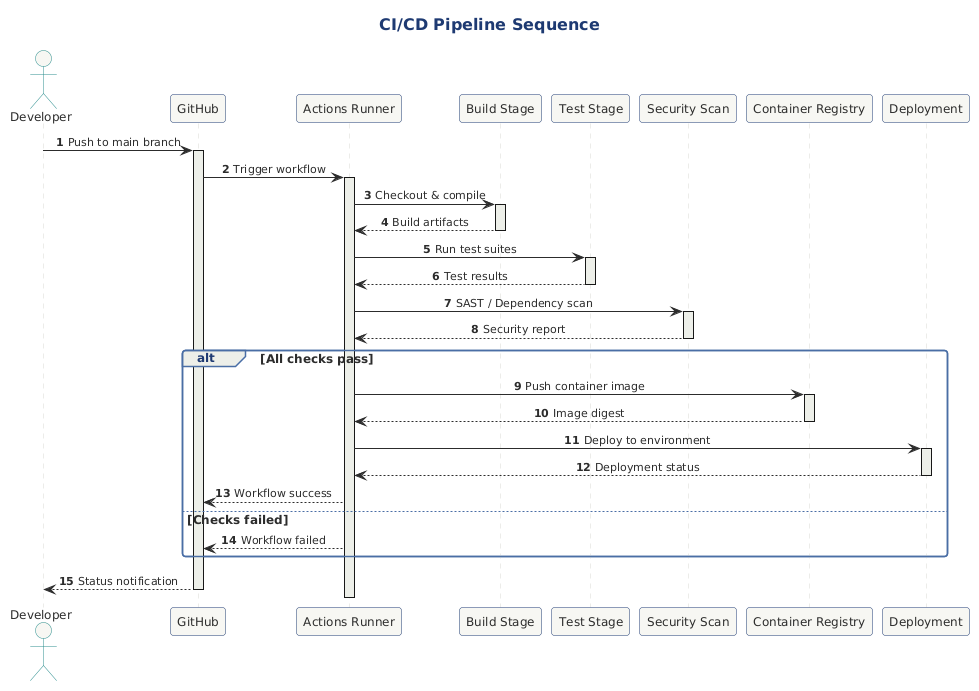
Notoriousjayy/latex-docs keeps this PlantUML diagram as src/devops/ci-cd/diagrams/png/ci-cd-pipeline.png. Above is the earlier version.
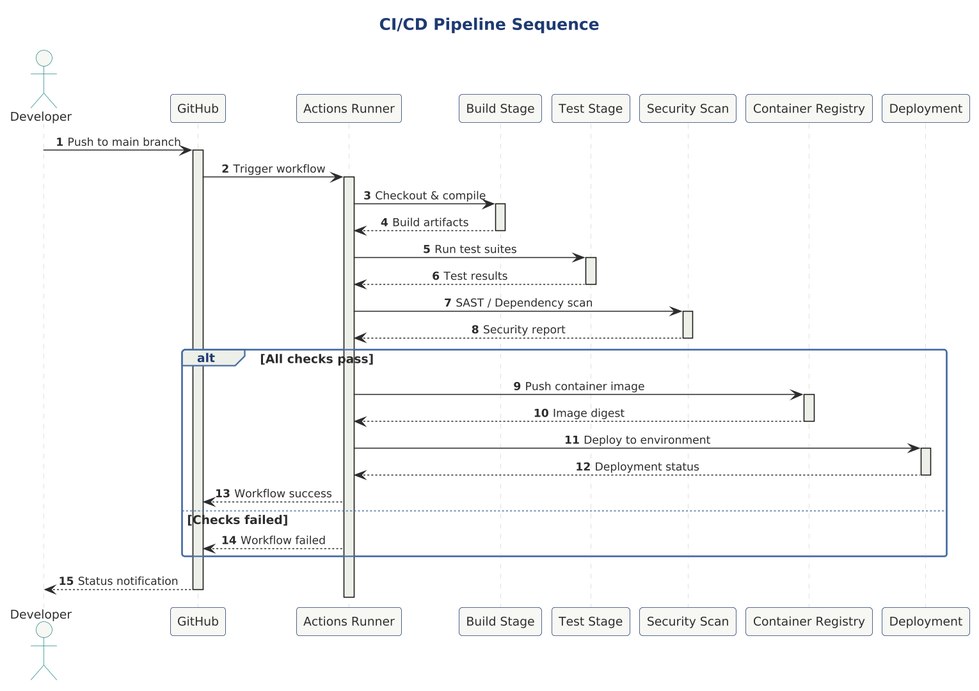
The same diagram one commit later.

The edit, as a diff of the source:
```diff
@@ -1,5 +1,11 @@
 @startuml ci-cd-pipeline
+
+skinparam dpi 150
+
+
+
 !include ../../../../tooling/styles/plantuml/interaction/sequence-diagram-style.iuml
+SEQ_AUTONUMBER()
 
 title CI/CD Pipeline Sequence
 
```
